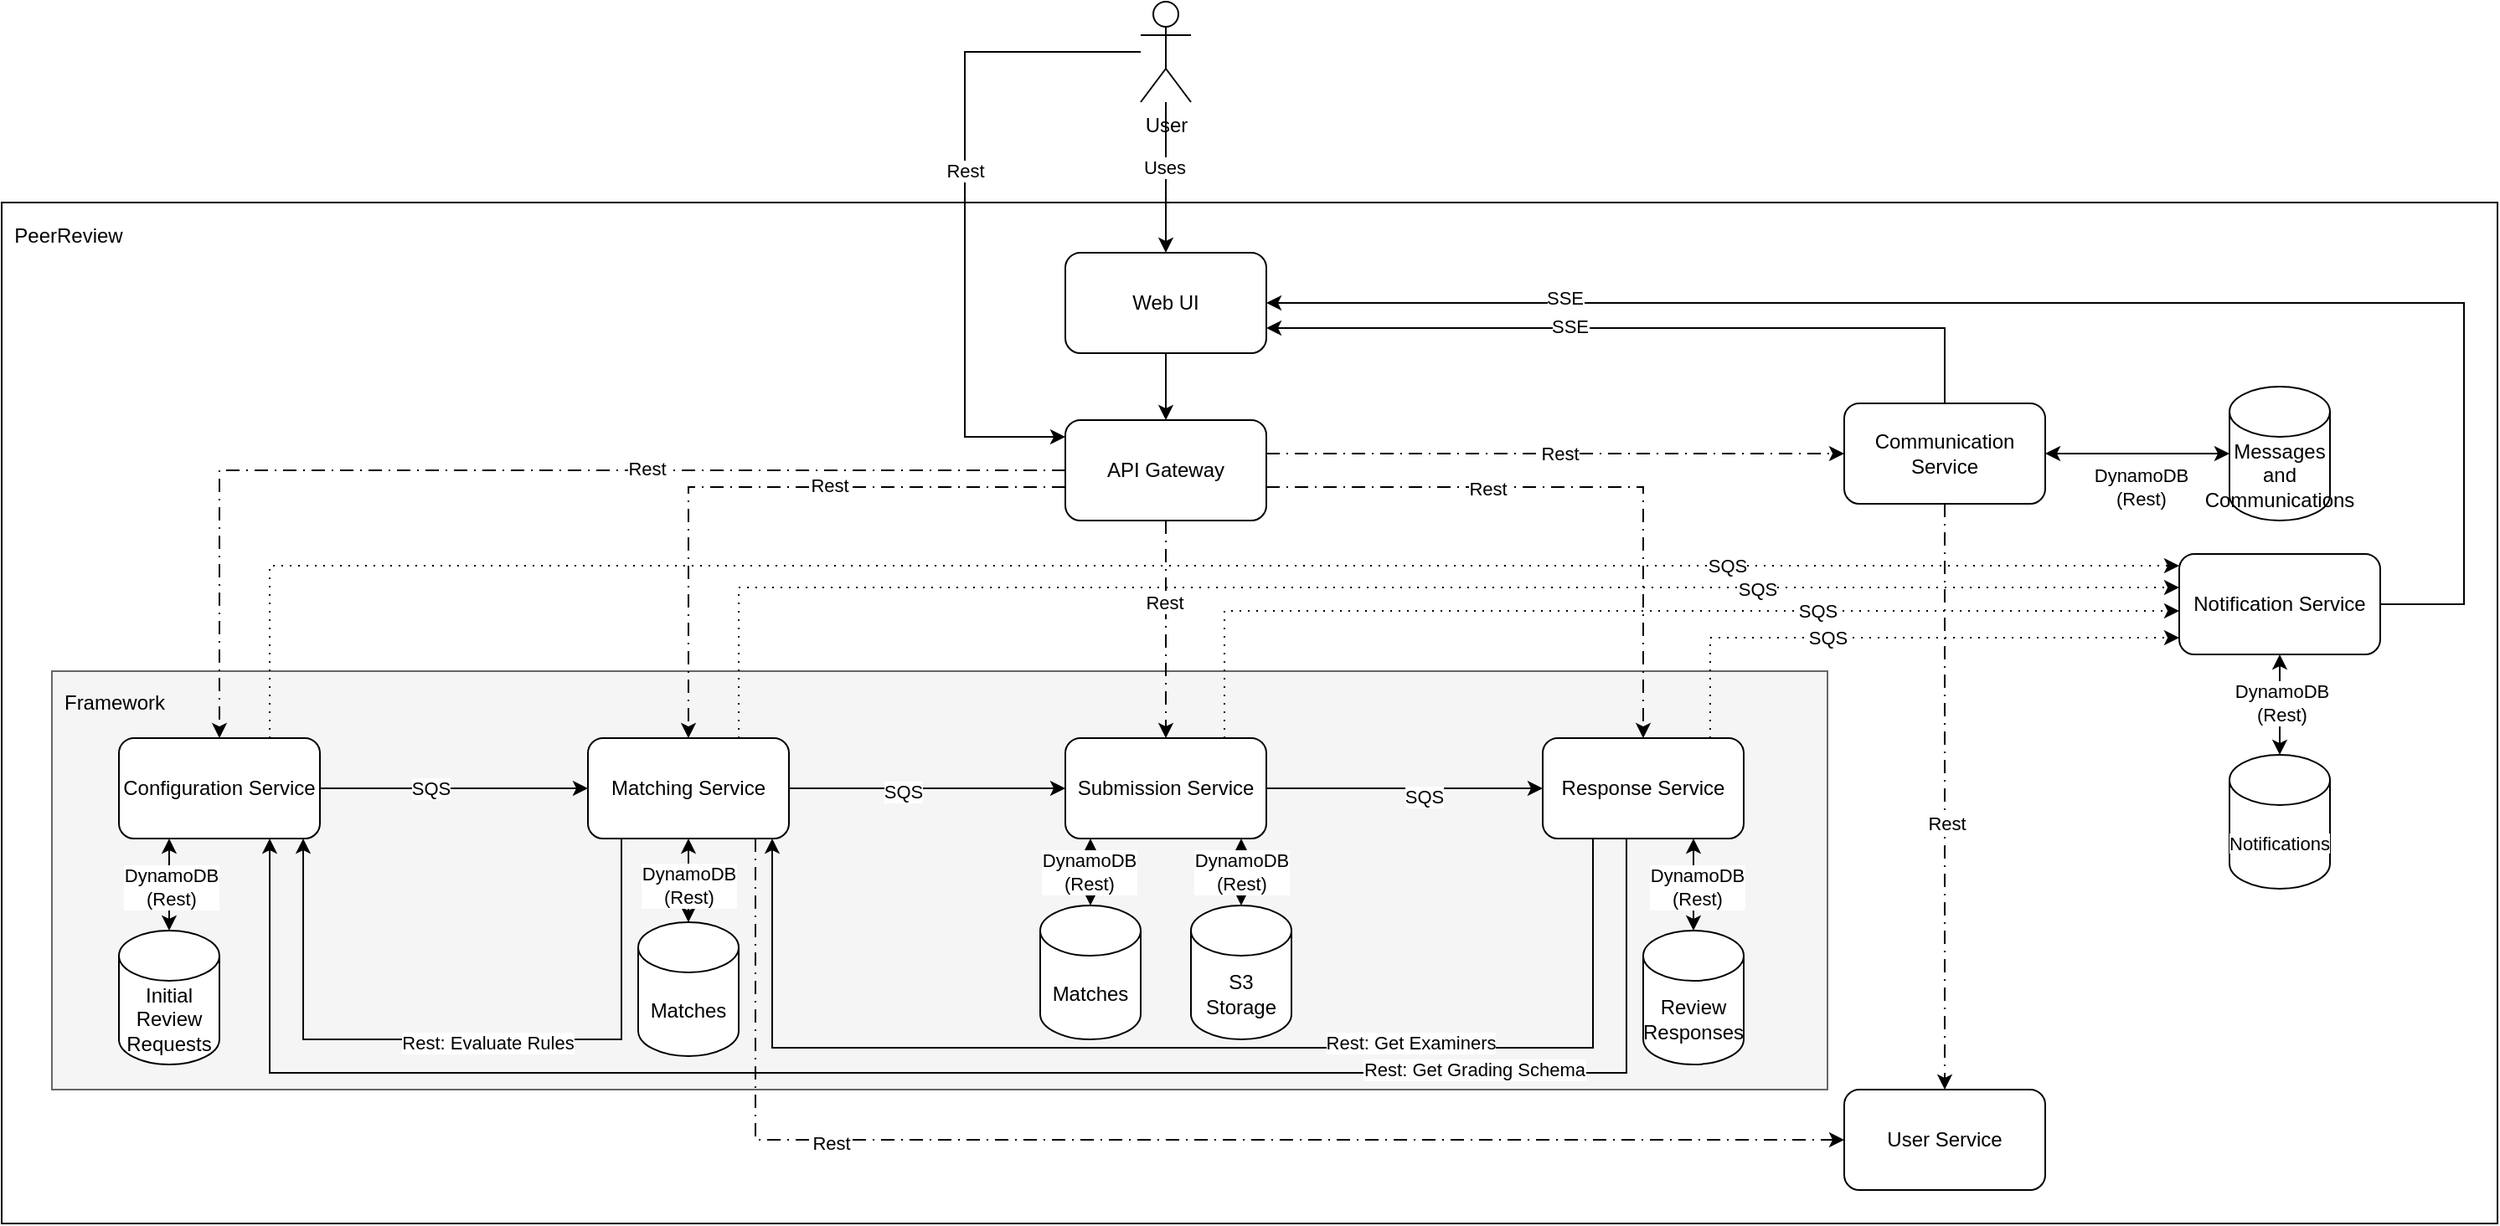
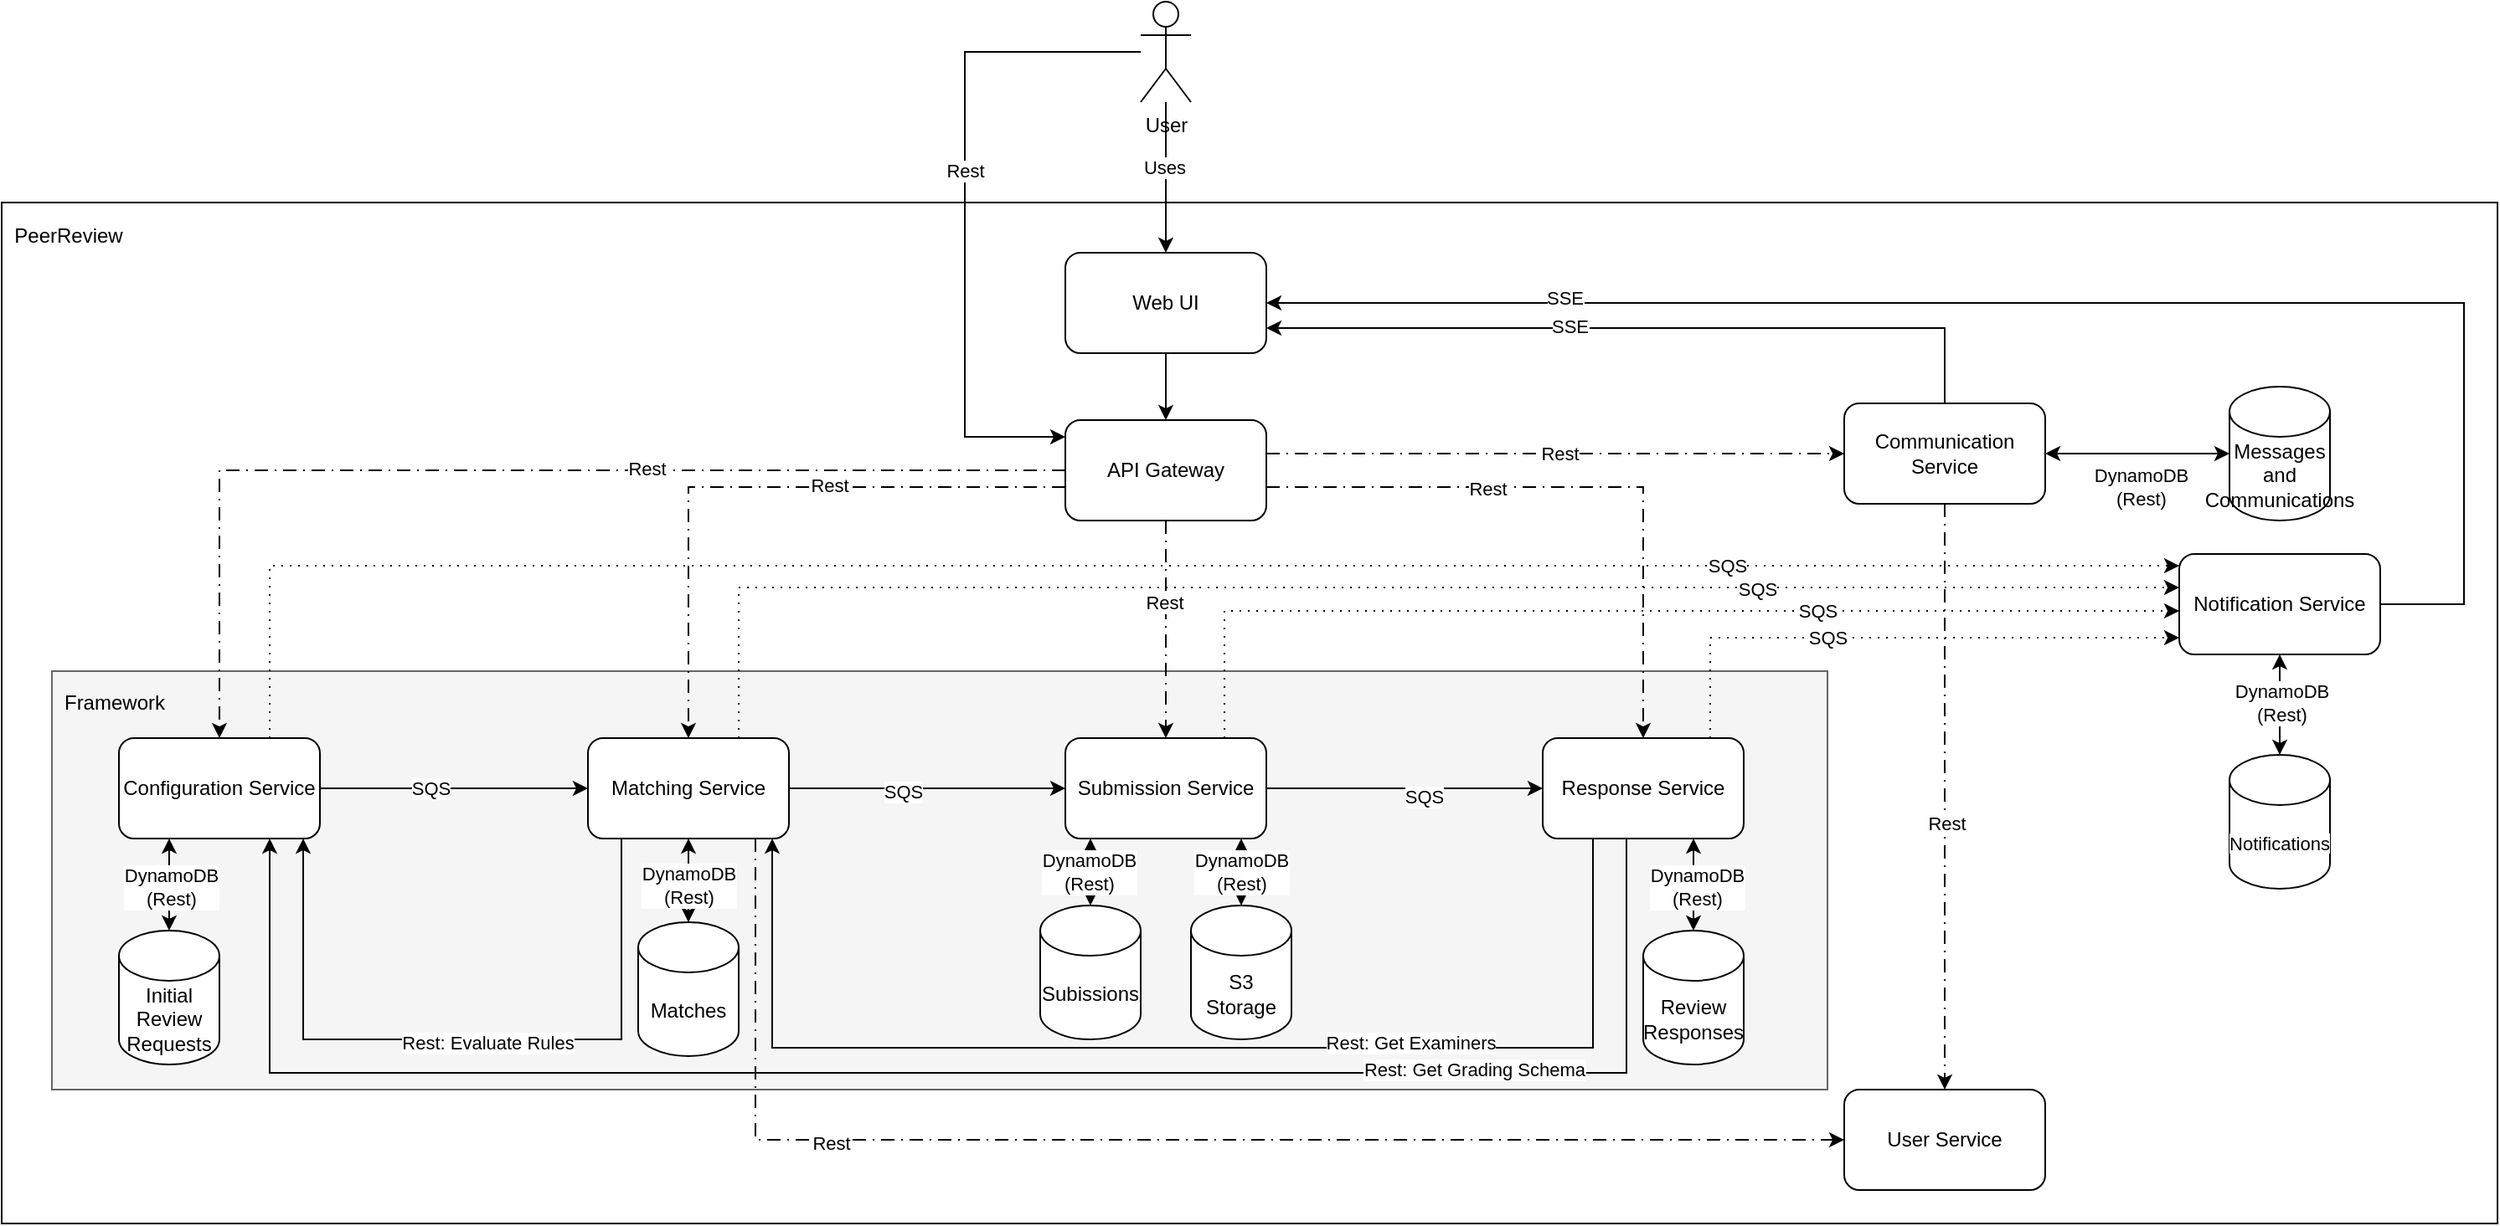
<mxfile host="Electron" agent="Mozilla/5.0 (X11; Linux x86_64) AppleWebKit/537.36 (KHTML, like Gecko) draw.io/28.2.5 Chrome/138.0.7204.251 Electron/37.6.1 Safari/537.36" pages="2">
  <diagram name="High Level" id="ID3RAyzOV6fLb8l5Ptma">
-     <mxGraphModel dx="1739" dy="1828" grid="1" gridSize="10" guides="1" tooltips="1" connect="1" arrows="1" fold="1" page="1" pageScale="1" pageWidth="827" pageHeight="1169" math="0" shadow="0">
+     <mxGraphModel dx="2168" dy="2138" grid="1" gridSize="10" guides="1" tooltips="1" connect="1" arrows="1" fold="1" page="1" pageScale="1" pageWidth="827" pageHeight="1169" math="0" shadow="0">
      <root>
        <mxCell id="0" />
        <mxCell id="1" parent="0" />
        <mxCell id="NVj9iPbqjQfBS6VMhpZ8-39" parent="1" style="rounded=0;whiteSpace=wrap;html=1;strokeColor=default;" value="" vertex="1">
          <mxGeometry height="610" width="1490" x="-40" y="110" as="geometry" />
        </mxCell>
        <mxCell id="slFzvp3YNuIOqwgEVRnD-15" parent="1" style="rounded=0;whiteSpace=wrap;html=1;fillColor=#f5f5f5;fontColor=#333333;strokeColor=#666666;" value="" vertex="1">
          <mxGeometry height="250" width="1060" x="-10" y="390" as="geometry" />
        </mxCell>
        <mxCell id="NVj9iPbqjQfBS6VMhpZ8-58" edge="1" parent="1" source="ausk1SaVNXoRTjEbY8qj-3" style="edgeStyle=orthogonalEdgeStyle;rounded=0;orthogonalLoop=1;jettySize=auto;html=1;dashed=1;dashPattern=8 4 1 4;" target="NVj9iPbqjQfBS6VMhpZ8-6">
          <mxGeometry relative="1" as="geometry">
            <Array as="points">
              <mxPoint x="990" y="260" />
              <mxPoint x="990" y="260" />
            </Array>
          </mxGeometry>
        </mxCell>
        <mxCell id="NVj9iPbqjQfBS6VMhpZ8-59" connectable="0" parent="NVj9iPbqjQfBS6VMhpZ8-58" style="edgeLabel;html=1;align=center;verticalAlign=middle;resizable=0;points=[];" value="Rest" vertex="1">
          <mxGeometry relative="1" x="0.0141" as="geometry">
            <mxPoint as="offset" />
          </mxGeometry>
        </mxCell>
        <mxCell id="ausk1SaVNXoRTjEbY8qj-4" edge="1" parent="1" source="NVj9iPbqjQfBS6VMhpZ8-1" style="edgeStyle=orthogonalEdgeStyle;rounded=0;orthogonalLoop=1;jettySize=auto;html=1;" target="ausk1SaVNXoRTjEbY8qj-3">
          <mxGeometry relative="1" as="geometry">
            <Array as="points">
              <mxPoint x="655" y="250" />
              <mxPoint x="655" y="250" />
            </Array>
          </mxGeometry>
        </mxCell>
        <mxCell id="NVj9iPbqjQfBS6VMhpZ8-1" parent="1" style="rounded=1;whiteSpace=wrap;html=1;" value="Web UI" vertex="1">
          <mxGeometry height="60" width="120" x="595" y="140" as="geometry" />
        </mxCell>
        <mxCell id="NVj9iPbqjQfBS6VMhpZ8-61" edge="1" parent="1" source="NVj9iPbqjQfBS6VMhpZ8-4" style="edgeStyle=orthogonalEdgeStyle;rounded=0;orthogonalLoop=1;jettySize=auto;html=1;dashed=1;dashPattern=1 4;" target="NVj9iPbqjQfBS6VMhpZ8-12">
          <mxGeometry relative="1" as="geometry">
            <Array as="points">
              <mxPoint x="690" y="354" />
            </Array>
          </mxGeometry>
        </mxCell>
        <mxCell id="NVj9iPbqjQfBS6VMhpZ8-62" connectable="0" parent="NVj9iPbqjQfBS6VMhpZ8-61" style="edgeLabel;html=1;align=center;verticalAlign=middle;resizable=0;points=[];" value="SQS" vertex="1">
          <mxGeometry relative="1" x="-0.1511" y="1" as="geometry">
            <mxPoint x="156" y="1" as="offset" />
          </mxGeometry>
        </mxCell>
        <mxCell id="Owhqu0WwL8E9OPZJocHN-1" edge="1" parent="1" source="NVj9iPbqjQfBS6VMhpZ8-4" style="edgeStyle=orthogonalEdgeStyle;rounded=0;orthogonalLoop=1;jettySize=auto;html=1;" target="NVj9iPbqjQfBS6VMhpZ8-13">
          <mxGeometry relative="1" as="geometry" />
        </mxCell>
        <mxCell id="Owhqu0WwL8E9OPZJocHN-2" connectable="0" parent="Owhqu0WwL8E9OPZJocHN-1" style="edgeLabel;html=1;align=center;verticalAlign=middle;resizable=0;points=[];" value="SQS" vertex="1">
          <mxGeometry relative="1" x="0.1487" y="-5" as="geometry">
            <mxPoint x="-1" as="offset" />
          </mxGeometry>
        </mxCell>
        <mxCell id="oAghlbfqgMI8xfLaUeke-15" edge="1" parent="1" source="NVj9iPbqjQfBS6VMhpZ8-4" style="edgeStyle=orthogonalEdgeStyle;rounded=0;orthogonalLoop=1;jettySize=auto;html=1;startArrow=classic;startFill=1;" target="oAghlbfqgMI8xfLaUeke-14">
          <mxGeometry relative="1" as="geometry">
            <Array as="points">
              <mxPoint x="610" y="500" />
              <mxPoint x="610" y="500" />
            </Array>
          </mxGeometry>
        </mxCell>
        <mxCell id="oAghlbfqgMI8xfLaUeke-29" connectable="0" parent="oAghlbfqgMI8xfLaUeke-15" style="edgeLabel;html=1;align=center;verticalAlign=middle;resizable=0;points=[];" value="DynamoDB&lt;br&gt;(Rest)" vertex="1">
          <mxGeometry relative="1" x="-0.0024" y="-1" as="geometry">
            <mxPoint as="offset" />
          </mxGeometry>
        </mxCell>
        <mxCell id="oAghlbfqgMI8xfLaUeke-18" edge="1" parent="1" source="NVj9iPbqjQfBS6VMhpZ8-4" style="edgeStyle=orthogonalEdgeStyle;rounded=0;orthogonalLoop=1;jettySize=auto;html=1;startArrow=classic;startFill=1;" target="oAghlbfqgMI8xfLaUeke-17">
          <mxGeometry relative="1" as="geometry">
            <Array as="points">
              <mxPoint x="700" y="510" />
              <mxPoint x="700" y="510" />
            </Array>
          </mxGeometry>
        </mxCell>
        <mxCell id="oAghlbfqgMI8xfLaUeke-30" connectable="0" parent="oAghlbfqgMI8xfLaUeke-18" style="edgeLabel;html=1;align=center;verticalAlign=middle;resizable=0;points=[];" value="DynamoDB&lt;br&gt;(Rest)" vertex="1">
          <mxGeometry relative="1" x="-0.0024" as="geometry">
            <mxPoint as="offset" />
          </mxGeometry>
        </mxCell>
        <mxCell id="NVj9iPbqjQfBS6VMhpZ8-4" parent="1" style="rounded=1;whiteSpace=wrap;html=1;" value="Submission Service" vertex="1">
          <mxGeometry height="60" width="120" x="595" y="430" as="geometry" />
        </mxCell>
        <mxCell id="NVj9iPbqjQfBS6VMhpZ8-27" edge="1" parent="1" source="NVj9iPbqjQfBS6VMhpZ8-6" style="edgeStyle=orthogonalEdgeStyle;rounded=0;orthogonalLoop=1;jettySize=auto;html=1;startArrow=classic;startFill=1;" target="NVj9iPbqjQfBS6VMhpZ8-26">
          <mxGeometry relative="1" as="geometry" />
        </mxCell>
        <mxCell id="NVj9iPbqjQfBS6VMhpZ8-34" connectable="0" parent="NVj9iPbqjQfBS6VMhpZ8-27" style="edgeLabel;html=1;align=center;verticalAlign=middle;resizable=0;points=[];" value="DynamoDB&lt;br&gt;(Rest)" vertex="1">
          <mxGeometry relative="1" x="-0.2444" y="-3" as="geometry">
            <mxPoint x="15" y="17" as="offset" />
          </mxGeometry>
        </mxCell>
        <mxCell id="cuKvIMZ_K0Dogn1DT0qO-4" edge="1" parent="1" source="NVj9iPbqjQfBS6VMhpZ8-6" style="edgeStyle=orthogonalEdgeStyle;rounded=0;orthogonalLoop=1;jettySize=auto;html=1;dashed=1;dashPattern=8 4 1 4;" target="cuKvIMZ_K0Dogn1DT0qO-1">
          <mxGeometry relative="1" as="geometry">
            <Array as="points">
              <mxPoint x="1120" y="690" />
            </Array>
          </mxGeometry>
        </mxCell>
        <mxCell id="oAghlbfqgMI8xfLaUeke-26" connectable="0" parent="cuKvIMZ_K0Dogn1DT0qO-4" style="edgeLabel;html=1;align=center;verticalAlign=middle;resizable=0;points=[];" value="Rest" vertex="1">
          <mxGeometry relative="1" x="0.0886" y="1" as="geometry">
            <mxPoint as="offset" />
          </mxGeometry>
        </mxCell>
        <mxCell id="oAghlbfqgMI8xfLaUeke-19" edge="1" parent="1" source="NVj9iPbqjQfBS6VMhpZ8-6" style="edgeStyle=orthogonalEdgeStyle;rounded=0;orthogonalLoop=1;jettySize=auto;html=1;entryX=1;entryY=0.75;entryDx=0;entryDy=0;" target="NVj9iPbqjQfBS6VMhpZ8-1">
          <mxGeometry relative="1" as="geometry">
            <Array as="points">
              <mxPoint x="1120" y="185" />
            </Array>
          </mxGeometry>
        </mxCell>
        <mxCell id="oAghlbfqgMI8xfLaUeke-20" connectable="0" parent="oAghlbfqgMI8xfLaUeke-19" style="edgeLabel;html=1;align=center;verticalAlign=middle;resizable=0;points=[];" value="SSE" vertex="1">
          <mxGeometry relative="1" x="0.1949" y="-1" as="geometry">
            <mxPoint as="offset" />
          </mxGeometry>
        </mxCell>
        <mxCell id="NVj9iPbqjQfBS6VMhpZ8-6" parent="1" style="rounded=1;whiteSpace=wrap;html=1;" value="Communication Service" vertex="1">
          <mxGeometry height="60" width="120" x="1060" y="230" as="geometry" />
        </mxCell>
        <mxCell id="NVj9iPbqjQfBS6VMhpZ8-43" edge="1" parent="1" source="NVj9iPbqjQfBS6VMhpZ8-12" style="edgeStyle=orthogonalEdgeStyle;rounded=0;orthogonalLoop=1;jettySize=auto;html=1;" target="NVj9iPbqjQfBS6VMhpZ8-1">
          <mxGeometry relative="1" as="geometry">
            <Array as="points">
              <mxPoint x="1430" y="350" />
              <mxPoint x="1430" y="170" />
            </Array>
          </mxGeometry>
        </mxCell>
        <mxCell id="oAghlbfqgMI8xfLaUeke-21" connectable="0" parent="NVj9iPbqjQfBS6VMhpZ8-43" style="edgeLabel;html=1;align=center;verticalAlign=middle;resizable=0;points=[];" value="SSE" vertex="1">
          <mxGeometry relative="1" x="0.6228" y="-3" as="geometry">
            <mxPoint as="offset" />
          </mxGeometry>
        </mxCell>
        <mxCell id="oAghlbfqgMI8xfLaUeke-23" edge="1" parent="1" source="NVj9iPbqjQfBS6VMhpZ8-12" style="edgeStyle=orthogonalEdgeStyle;rounded=0;orthogonalLoop=1;jettySize=auto;html=1;startArrow=classic;startFill=1;" target="oAghlbfqgMI8xfLaUeke-22">
          <mxGeometry relative="1" as="geometry" />
        </mxCell>
        <mxCell id="oAghlbfqgMI8xfLaUeke-25" connectable="0" parent="oAghlbfqgMI8xfLaUeke-23" style="edgeLabel;html=1;align=center;verticalAlign=middle;resizable=0;points=[];" value="DynamoDB&lt;br&gt;(Rest)" vertex="1">
          <mxGeometry relative="1" x="0.0584" as="geometry">
            <mxPoint x="1" y="-3" as="offset" />
          </mxGeometry>
        </mxCell>
        <mxCell id="NVj9iPbqjQfBS6VMhpZ8-12" parent="1" style="rounded=1;whiteSpace=wrap;html=1;" value="Notification Service" vertex="1">
          <mxGeometry height="60" width="120" x="1260" y="320" as="geometry" />
        </mxCell>
        <mxCell id="NVj9iPbqjQfBS6VMhpZ8-69" edge="1" parent="1" source="NVj9iPbqjQfBS6VMhpZ8-13" style="edgeStyle=orthogonalEdgeStyle;rounded=0;orthogonalLoop=1;jettySize=auto;html=1;dashed=1;dashPattern=1 4;" target="NVj9iPbqjQfBS6VMhpZ8-12">
          <mxGeometry relative="1" as="geometry">
            <Array as="points">
              <mxPoint x="980" y="370" />
            </Array>
          </mxGeometry>
        </mxCell>
        <mxCell id="NVj9iPbqjQfBS6VMhpZ8-70" connectable="0" parent="NVj9iPbqjQfBS6VMhpZ8-69" style="edgeLabel;html=1;align=center;verticalAlign=middle;resizable=0;points=[];" value="SQS" vertex="1">
          <mxGeometry relative="1" x="-0.2" y="-1" as="geometry">
            <mxPoint x="-6" y="-1" as="offset" />
          </mxGeometry>
        </mxCell>
        <mxCell id="Owhqu0WwL8E9OPZJocHN-3" edge="1" parent="1" source="NVj9iPbqjQfBS6VMhpZ8-13" style="edgeStyle=orthogonalEdgeStyle;rounded=0;orthogonalLoop=1;jettySize=auto;html=1;entryX=0.75;entryY=1;entryDx=0;entryDy=0;" target="slFzvp3YNuIOqwgEVRnD-1">
          <mxGeometry relative="1" as="geometry">
            <Array as="points">
              <mxPoint x="930" y="630" />
              <mxPoint x="120" y="630" />
            </Array>
          </mxGeometry>
        </mxCell>
        <mxCell id="Owhqu0WwL8E9OPZJocHN-4" connectable="0" parent="Owhqu0WwL8E9OPZJocHN-3" style="edgeLabel;html=1;align=center;verticalAlign=middle;resizable=0;points=[];" value="Rest: Get Grading Schema" vertex="1">
          <mxGeometry relative="1" x="-0.2274" as="geometry">
            <mxPoint x="190" y="-2" as="offset" />
          </mxGeometry>
        </mxCell>
        <mxCell id="Owhqu0WwL8E9OPZJocHN-5" edge="1" parent="1" source="NVj9iPbqjQfBS6VMhpZ8-13" style="edgeStyle=orthogonalEdgeStyle;rounded=0;orthogonalLoop=1;jettySize=auto;html=1;" target="slFzvp3YNuIOqwgEVRnD-6">
          <mxGeometry relative="1" as="geometry">
            <Array as="points">
              <mxPoint x="910" y="615" />
              <mxPoint x="420" y="615" />
            </Array>
          </mxGeometry>
        </mxCell>
        <mxCell id="Owhqu0WwL8E9OPZJocHN-6" connectable="0" parent="Owhqu0WwL8E9OPZJocHN-5" style="edgeLabel;html=1;align=center;verticalAlign=middle;resizable=0;points=[];" value="Rest: Get Examiners" vertex="1">
          <mxGeometry relative="1" x="-0.063" y="-3" as="geometry">
            <mxPoint x="112" as="offset" />
          </mxGeometry>
        </mxCell>
        <mxCell id="oAghlbfqgMI8xfLaUeke-27" edge="1" parent="1" source="NVj9iPbqjQfBS6VMhpZ8-13" style="edgeStyle=orthogonalEdgeStyle;rounded=0;orthogonalLoop=1;jettySize=auto;html=1;startArrow=classic;startFill=1;" target="oAghlbfqgMI8xfLaUeke-16">
          <mxGeometry relative="1" as="geometry">
            <Array as="points">
              <mxPoint x="970" y="510" />
              <mxPoint x="970" y="510" />
            </Array>
          </mxGeometry>
        </mxCell>
        <mxCell id="oAghlbfqgMI8xfLaUeke-28" connectable="0" parent="oAghlbfqgMI8xfLaUeke-27" style="edgeLabel;html=1;align=center;verticalAlign=middle;resizable=0;points=[];" value="DynamoDB&lt;br&gt;(Rest)" vertex="1">
          <mxGeometry relative="1" x="0.0303" y="2" as="geometry">
            <mxPoint as="offset" />
          </mxGeometry>
        </mxCell>
        <mxCell id="NVj9iPbqjQfBS6VMhpZ8-13" parent="1" style="rounded=1;whiteSpace=wrap;html=1;" value="Response Service" vertex="1">
          <mxGeometry height="60" width="120" x="880" y="430" as="geometry" />
        </mxCell>
        <mxCell id="NVj9iPbqjQfBS6VMhpZ8-26" parent="1" style="shape=cylinder3;whiteSpace=wrap;html=1;boundedLbl=1;backgroundOutline=1;size=15;" value="&lt;div&gt;Messages &lt;br&gt;and Communications&lt;/div&gt;" vertex="1">
          <mxGeometry height="80" width="60" x="1290" y="220" as="geometry" />
        </mxCell>
        <mxCell id="NVj9iPbqjQfBS6VMhpZ8-41" edge="1" parent="1" source="NVj9iPbqjQfBS6VMhpZ8-38" style="edgeStyle=orthogonalEdgeStyle;rounded=0;orthogonalLoop=1;jettySize=auto;html=1;entryX=0.5;entryY=0;entryDx=0;entryDy=0;" target="NVj9iPbqjQfBS6VMhpZ8-1">
          <mxGeometry relative="1" as="geometry" />
        </mxCell>
        <mxCell id="NVj9iPbqjQfBS6VMhpZ8-42" connectable="0" parent="NVj9iPbqjQfBS6VMhpZ8-41" style="edgeLabel;html=1;align=center;verticalAlign=middle;resizable=0;points=[];" value="Uses" vertex="1">
          <mxGeometry relative="1" x="-0.1348" y="-1" as="geometry">
            <mxPoint as="offset" />
          </mxGeometry>
        </mxCell>
        <mxCell id="FmUHRXMwn8OitpMJVP8s-4" edge="1" parent="1" source="NVj9iPbqjQfBS6VMhpZ8-38" style="edgeStyle=orthogonalEdgeStyle;rounded=0;orthogonalLoop=1;jettySize=auto;html=1;" target="ausk1SaVNXoRTjEbY8qj-3">
          <mxGeometry relative="1" as="geometry">
            <Array as="points">
              <mxPoint x="535" y="20" />
              <mxPoint x="535" y="250" />
            </Array>
          </mxGeometry>
        </mxCell>
        <mxCell id="FmUHRXMwn8OitpMJVP8s-5" connectable="0" parent="FmUHRXMwn8OitpMJVP8s-4" style="edgeLabel;html=1;align=center;verticalAlign=middle;resizable=0;points=[];" value="Rest" vertex="1">
          <mxGeometry relative="1" x="-0.1078" as="geometry">
            <mxPoint as="offset" />
          </mxGeometry>
        </mxCell>
        <mxCell id="NVj9iPbqjQfBS6VMhpZ8-38" parent="1" style="shape=umlActor;verticalLabelPosition=bottom;verticalAlign=top;html=1;outlineConnect=0;" value="User" vertex="1">
          <mxGeometry height="60" width="30" x="640" y="-10" as="geometry" />
        </mxCell>
        <mxCell id="NVj9iPbqjQfBS6VMhpZ8-45" parent="1" style="text;html=1;whiteSpace=wrap;strokeColor=none;fillColor=none;align=center;verticalAlign=middle;rounded=0;" value="PeerReview" vertex="1">
          <mxGeometry height="40" width="80" x="-40" y="110" as="geometry" />
        </mxCell>
        <mxCell id="ausk1SaVNXoRTjEbY8qj-5" edge="1" parent="1" source="ausk1SaVNXoRTjEbY8qj-3" style="edgeStyle=orthogonalEdgeStyle;rounded=0;orthogonalLoop=1;jettySize=auto;html=1;dashed=1;dashPattern=8 4 1 4;" target="NVj9iPbqjQfBS6VMhpZ8-4">
          <mxGeometry relative="1" as="geometry">
            <Array as="points">
              <mxPoint x="655" y="370" />
              <mxPoint x="655" y="370" />
            </Array>
          </mxGeometry>
        </mxCell>
        <mxCell id="FmUHRXMwn8OitpMJVP8s-1" connectable="0" parent="ausk1SaVNXoRTjEbY8qj-5" style="edgeLabel;html=1;align=center;verticalAlign=middle;resizable=0;points=[];" value="Rest" vertex="1">
          <mxGeometry relative="1" x="-0.2464" y="-1" as="geometry">
            <mxPoint as="offset" />
          </mxGeometry>
        </mxCell>
        <mxCell id="ausk1SaVNXoRTjEbY8qj-7" edge="1" parent="1" source="ausk1SaVNXoRTjEbY8qj-3" style="edgeStyle=orthogonalEdgeStyle;rounded=0;orthogonalLoop=1;jettySize=auto;html=1;dashed=1;dashPattern=8 4 1 4;" target="NVj9iPbqjQfBS6VMhpZ8-13">
          <mxGeometry relative="1" as="geometry">
            <Array as="points">
              <mxPoint x="940" y="280" />
            </Array>
          </mxGeometry>
        </mxCell>
        <mxCell id="FmUHRXMwn8OitpMJVP8s-3" connectable="0" parent="ausk1SaVNXoRTjEbY8qj-7" style="edgeLabel;html=1;align=center;verticalAlign=middle;resizable=0;points=[];" value="Rest" vertex="1">
          <mxGeometry relative="1" x="-0.2977" y="-1" as="geometry">
            <mxPoint as="offset" />
          </mxGeometry>
        </mxCell>
        <mxCell id="ausk1SaVNXoRTjEbY8qj-3" parent="1" style="rounded=1;whiteSpace=wrap;html=1;" value="API Gateway" vertex="1">
          <mxGeometry height="60" width="120" x="595" y="240" as="geometry" />
        </mxCell>
        <mxCell id="slFzvp3YNuIOqwgEVRnD-4" edge="1" parent="1" source="slFzvp3YNuIOqwgEVRnD-6" style="edgeStyle=orthogonalEdgeStyle;rounded=0;orthogonalLoop=1;jettySize=auto;html=1;" target="NVj9iPbqjQfBS6VMhpZ8-4">
          <mxGeometry relative="1" as="geometry" />
        </mxCell>
        <mxCell id="slFzvp3YNuIOqwgEVRnD-11" connectable="0" parent="slFzvp3YNuIOqwgEVRnD-4" style="edgeLabel;html=1;align=center;verticalAlign=middle;resizable=0;points=[];" value="SQS" vertex="1">
          <mxGeometry relative="1" x="-0.1836" y="-2" as="geometry">
            <mxPoint as="offset" />
          </mxGeometry>
        </mxCell>
        <mxCell id="oAghlbfqgMI8xfLaUeke-3" edge="1" parent="1" source="slFzvp3YNuIOqwgEVRnD-1" style="edgeStyle=orthogonalEdgeStyle;rounded=0;orthogonalLoop=1;jettySize=auto;html=1;startArrow=classic;startFill=1;" target="oAghlbfqgMI8xfLaUeke-2">
          <mxGeometry relative="1" as="geometry">
            <Array as="points">
              <mxPoint x="60" y="500" />
              <mxPoint x="60" y="500" />
            </Array>
          </mxGeometry>
        </mxCell>
        <mxCell id="oAghlbfqgMI8xfLaUeke-4" connectable="0" parent="oAghlbfqgMI8xfLaUeke-3" style="edgeLabel;html=1;align=center;verticalAlign=middle;resizable=0;points=[];" value="DynamoDB&lt;br&gt;(Rest)" vertex="1">
          <mxGeometry relative="1" x="0.042" y="1" as="geometry">
            <mxPoint as="offset" />
          </mxGeometry>
        </mxCell>
        <mxCell id="oAghlbfqgMI8xfLaUeke-7" edge="1" parent="1" source="slFzvp3YNuIOqwgEVRnD-1" style="edgeStyle=orthogonalEdgeStyle;rounded=0;orthogonalLoop=1;jettySize=auto;html=1;dashed=1;dashPattern=1 4;" target="NVj9iPbqjQfBS6VMhpZ8-12">
          <mxGeometry relative="1" as="geometry">
            <Array as="points">
              <mxPoint x="120" y="327" />
            </Array>
          </mxGeometry>
        </mxCell>
        <mxCell id="oAghlbfqgMI8xfLaUeke-8" connectable="0" parent="oAghlbfqgMI8xfLaUeke-7" style="edgeLabel;html=1;align=center;verticalAlign=middle;resizable=0;points=[];" value="SQS" vertex="1">
          <mxGeometry relative="1" x="0.5648" as="geometry">
            <mxPoint as="offset" />
          </mxGeometry>
        </mxCell>
        <mxCell id="slFzvp3YNuIOqwgEVRnD-1" parent="1" style="rounded=1;whiteSpace=wrap;html=1;" value="Configuration Service" vertex="1">
          <mxGeometry height="60" width="120" x="30" y="430" as="geometry" />
        </mxCell>
        <mxCell id="slFzvp3YNuIOqwgEVRnD-2" edge="1" parent="1" source="ausk1SaVNXoRTjEbY8qj-3" style="edgeStyle=orthogonalEdgeStyle;rounded=0;orthogonalLoop=1;jettySize=auto;html=1;dashed=1;dashPattern=8 4 1 4;" target="slFzvp3YNuIOqwgEVRnD-1">
          <mxGeometry relative="1" as="geometry">
            <Array as="points">
              <mxPoint x="90" y="270" />
            </Array>
            <mxPoint x="580" y="290" as="sourcePoint" />
            <mxPoint x="440" y="390" as="targetPoint" />
          </mxGeometry>
        </mxCell>
        <mxCell id="slFzvp3YNuIOqwgEVRnD-3" connectable="0" parent="slFzvp3YNuIOqwgEVRnD-2" style="edgeLabel;html=1;align=center;verticalAlign=middle;resizable=0;points=[];" value="Rest" vertex="1">
          <mxGeometry relative="1" x="-0.2464" y="-1" as="geometry">
            <mxPoint as="offset" />
          </mxGeometry>
        </mxCell>
        <mxCell id="slFzvp3YNuIOqwgEVRnD-7" edge="1" parent="1" source="slFzvp3YNuIOqwgEVRnD-1" style="edgeStyle=orthogonalEdgeStyle;rounded=0;orthogonalLoop=1;jettySize=auto;html=1;" target="slFzvp3YNuIOqwgEVRnD-6" value="">
          <mxGeometry relative="1" as="geometry">
            <mxPoint x="150" y="460" as="sourcePoint" />
            <mxPoint x="340" y="460" as="targetPoint" />
          </mxGeometry>
        </mxCell>
        <mxCell id="slFzvp3YNuIOqwgEVRnD-8" connectable="0" parent="slFzvp3YNuIOqwgEVRnD-7" style="edgeLabel;html=1;align=center;verticalAlign=middle;resizable=0;points=[];" value="SQS" vertex="1">
          <mxGeometry relative="1" x="-0.183" as="geometry">
            <mxPoint as="offset" />
          </mxGeometry>
        </mxCell>
        <mxCell id="cuKvIMZ_K0Dogn1DT0qO-2" edge="1" parent="1" source="slFzvp3YNuIOqwgEVRnD-6" style="edgeStyle=orthogonalEdgeStyle;rounded=0;orthogonalLoop=1;jettySize=auto;html=1;dashed=1;dashPattern=8 4 1 4;" target="cuKvIMZ_K0Dogn1DT0qO-1">
          <mxGeometry relative="1" as="geometry">
            <Array as="points">
              <mxPoint x="410" y="670" />
            </Array>
          </mxGeometry>
        </mxCell>
        <mxCell id="oAghlbfqgMI8xfLaUeke-1" connectable="0" parent="cuKvIMZ_K0Dogn1DT0qO-2" style="edgeLabel;html=1;align=center;verticalAlign=middle;resizable=0;points=[];" value="Rest" vertex="1">
          <mxGeometry relative="1" x="-0.4577" y="-2" as="geometry">
            <mxPoint as="offset" />
          </mxGeometry>
        </mxCell>
        <mxCell id="Owhqu0WwL8E9OPZJocHN-7" edge="1" parent="1" source="slFzvp3YNuIOqwgEVRnD-6" style="edgeStyle=orthogonalEdgeStyle;rounded=0;orthogonalLoop=1;jettySize=auto;html=1;" target="slFzvp3YNuIOqwgEVRnD-1">
          <mxGeometry relative="1" as="geometry">
            <Array as="points">
              <mxPoint x="330" y="610" />
              <mxPoint x="140" y="610" />
            </Array>
          </mxGeometry>
        </mxCell>
        <mxCell id="Owhqu0WwL8E9OPZJocHN-8" connectable="0" parent="Owhqu0WwL8E9OPZJocHN-7" style="edgeLabel;html=1;align=center;verticalAlign=middle;resizable=0;points=[];" value="Rest: Evaluate Rules" vertex="1">
          <mxGeometry relative="1" x="-0.3399" y="2" as="geometry">
            <mxPoint x="-58" as="offset" />
          </mxGeometry>
        </mxCell>
        <mxCell id="oAghlbfqgMI8xfLaUeke-5" edge="1" parent="1" source="slFzvp3YNuIOqwgEVRnD-6" style="edgeStyle=orthogonalEdgeStyle;rounded=0;orthogonalLoop=1;jettySize=auto;html=1;dashed=1;dashPattern=1 4;" target="NVj9iPbqjQfBS6VMhpZ8-12">
          <mxGeometry relative="1" as="geometry">
            <Array as="points">
              <mxPoint x="400" y="340" />
            </Array>
          </mxGeometry>
        </mxCell>
        <mxCell id="oAghlbfqgMI8xfLaUeke-6" connectable="0" parent="oAghlbfqgMI8xfLaUeke-5" style="edgeLabel;html=1;align=center;verticalAlign=middle;resizable=0;points=[];" value="SQS" vertex="1">
          <mxGeometry relative="1" x="0.5459" y="-1" as="geometry">
            <mxPoint x="-37" as="offset" />
          </mxGeometry>
        </mxCell>
        <mxCell id="oAghlbfqgMI8xfLaUeke-12" edge="1" parent="1" source="slFzvp3YNuIOqwgEVRnD-6" style="edgeStyle=orthogonalEdgeStyle;rounded=0;orthogonalLoop=1;jettySize=auto;html=1;startArrow=classic;startFill=1;" target="oAghlbfqgMI8xfLaUeke-11">
          <mxGeometry relative="1" as="geometry" />
        </mxCell>
        <mxCell id="oAghlbfqgMI8xfLaUeke-13" connectable="0" parent="oAghlbfqgMI8xfLaUeke-12" style="edgeLabel;html=1;align=center;verticalAlign=middle;resizable=0;points=[];" value="DynamoDB&lt;br&gt;(Rest)" vertex="1">
          <mxGeometry relative="1" x="0.0933" as="geometry">
            <mxPoint as="offset" />
          </mxGeometry>
        </mxCell>
        <mxCell id="slFzvp3YNuIOqwgEVRnD-6" parent="1" style="rounded=1;whiteSpace=wrap;html=1;" value="Matching Service" vertex="1">
          <mxGeometry height="60" width="120" x="310" y="430" as="geometry" />
        </mxCell>
        <mxCell id="slFzvp3YNuIOqwgEVRnD-9" edge="1" parent="1" source="ausk1SaVNXoRTjEbY8qj-3" style="edgeStyle=orthogonalEdgeStyle;rounded=0;orthogonalLoop=1;jettySize=auto;html=1;dashed=1;dashPattern=8 4 1 4;" target="slFzvp3YNuIOqwgEVRnD-6">
          <mxGeometry relative="1" as="geometry">
            <Array as="points">
              <mxPoint x="370" y="280" />
            </Array>
            <mxPoint x="340" y="280" as="sourcePoint" />
            <mxPoint x="300" y="420" as="targetPoint" />
          </mxGeometry>
        </mxCell>
        <mxCell id="slFzvp3YNuIOqwgEVRnD-10" connectable="0" parent="slFzvp3YNuIOqwgEVRnD-9" style="edgeLabel;html=1;align=center;verticalAlign=middle;resizable=0;points=[];" value="Rest" vertex="1">
          <mxGeometry relative="1" x="-0.2464" y="-1" as="geometry">
            <mxPoint as="offset" />
          </mxGeometry>
        </mxCell>
        <mxCell id="slFzvp3YNuIOqwgEVRnD-16" parent="1" style="text;html=1;whiteSpace=wrap;strokeColor=none;fillColor=none;align=center;verticalAlign=middle;rounded=0;" value="Framework" vertex="1">
          <mxGeometry height="30" width="65" x="-5" y="394" as="geometry" />
        </mxCell>
        <mxCell id="cuKvIMZ_K0Dogn1DT0qO-1" parent="1" style="rounded=1;whiteSpace=wrap;html=1;" value="User Service" vertex="1">
          <mxGeometry height="60" width="120" x="1060" y="640" as="geometry" />
        </mxCell>
        <mxCell id="oAghlbfqgMI8xfLaUeke-2" parent="1" style="shape=cylinder3;whiteSpace=wrap;html=1;boundedLbl=1;backgroundOutline=1;size=15;" value="Initial Review Requests" vertex="1">
          <mxGeometry height="80" width="60" x="30" y="545" as="geometry" />
        </mxCell>
        <mxCell id="oAghlbfqgMI8xfLaUeke-11" parent="1" style="shape=cylinder3;whiteSpace=wrap;html=1;boundedLbl=1;backgroundOutline=1;size=15;" value="Matches" vertex="1">
          <mxGeometry height="80" width="60" x="340" y="540" as="geometry" />
        </mxCell>
-         <mxCell id="oAghlbfqgMI8xfLaUeke-14" parent="1" style="shape=cylinder3;whiteSpace=wrap;html=1;boundedLbl=1;backgroundOutline=1;size=15;" value="Matches" vertex="1">
+         <mxCell id="oAghlbfqgMI8xfLaUeke-14" parent="1" style="shape=cylinder3;whiteSpace=wrap;html=1;boundedLbl=1;backgroundOutline=1;size=15;" value="Subissions" vertex="1">
          <mxGeometry height="80" width="60" x="580" y="530" as="geometry" />
        </mxCell>
        <mxCell id="oAghlbfqgMI8xfLaUeke-16" parent="1" style="shape=cylinder3;whiteSpace=wrap;html=1;boundedLbl=1;backgroundOutline=1;size=15;" value="Review&lt;br&gt;Responses" vertex="1">
          <mxGeometry height="80" width="60" x="940" y="545" as="geometry" />
        </mxCell>
        <mxCell id="oAghlbfqgMI8xfLaUeke-17" parent="1" style="shape=cylinder3;whiteSpace=wrap;html=1;boundedLbl=1;backgroundOutline=1;size=15;" value="S3 Storage" vertex="1">
          <mxGeometry height="80" width="60" x="670" y="530" as="geometry" />
        </mxCell>
        <mxCell id="oAghlbfqgMI8xfLaUeke-22" parent="1" style="shape=cylinder3;whiteSpace=wrap;html=1;boundedLbl=1;backgroundOutline=1;size=15;" value="&lt;span style=&quot;font-size: 11px; white-space: nowrap; background-color: rgb(255, 255, 255);&quot;&gt;Notifications&lt;/span&gt;" vertex="1">
          <mxGeometry height="80" width="60" x="1290" y="440" as="geometry" />
        </mxCell>
      </root>
    </mxGraphModel>
  </diagram>
  <diagram id="5QttxB4BTeYqXKBh0CZs" name="AWS">
    <mxGraphModel dx="1425" dy="2199" grid="1" gridSize="10" guides="1" tooltips="1" connect="1" arrows="1" fold="1" page="1" pageScale="1" pageWidth="827" pageHeight="1169" math="0" shadow="0">
      <root>
        <mxCell id="0" />
        <mxCell id="1" parent="0" />
        <mxCell id="StVWuoEk6P6bkURyirUW-1" parent="1" style="points=[[0,0],[0.25,0],[0.5,0],[0.75,0],[1,0],[1,0.25],[1,0.5],[1,0.75],[1,1],[0.75,1],[0.5,1],[0.25,1],[0,1],[0,0.75],[0,0.5],[0,0.25]];outlineConnect=0;gradientColor=none;html=1;whiteSpace=wrap;fontSize=12;fontStyle=0;container=1;pointerEvents=0;collapsible=0;recursiveResize=0;shape=mxgraph.aws4.group;grIcon=mxgraph.aws4.group_account;strokeColor=#CD2264;fillColor=none;verticalAlign=top;align=left;spacingLeft=30;fontColor=#CD2264;dashed=0;" value="AWS Account" vertex="1">
          <mxGeometry height="870" width="950" x="10" y="-210" as="geometry" />
        </mxCell>
        <mxCell id="StVWuoEk6P6bkURyirUW-2" parent="StVWuoEk6P6bkURyirUW-1" style="points=[[0,0],[0.25,0],[0.5,0],[0.75,0],[1,0],[1,0.25],[1,0.5],[1,0.75],[1,1],[0.75,1],[0.5,1],[0.25,1],[0,1],[0,0.75],[0,0.5],[0,0.25]];outlineConnect=0;gradientColor=none;html=1;whiteSpace=wrap;fontSize=12;fontStyle=0;container=1;pointerEvents=0;collapsible=0;recursiveResize=0;shape=mxgraph.aws4.group;grIcon=mxgraph.aws4.group_vpc2;strokeColor=#8C4FFF;fillColor=none;verticalAlign=top;align=left;spacingLeft=30;fontColor=#AAB7B8;dashed=0;" value="VPC" vertex="1">
          <mxGeometry height="410" width="910" x="20" y="290" as="geometry" />
        </mxCell>
        <mxCell id="StVWuoEk6P6bkURyirUW-3" parent="StVWuoEk6P6bkURyirUW-2" style="sketch=0;outlineConnect=0;gradientColor=none;html=1;whiteSpace=wrap;fontSize=12;fontStyle=0;shape=mxgraph.aws4.group;grIcon=mxgraph.aws4.group_subnet;strokeColor=#879196;fillColor=none;verticalAlign=top;align=left;spacingLeft=30;fontColor=#879196;dashed=0;" value="Private IPV6" vertex="1">
          <mxGeometry height="350" width="405" x="495" y="50" as="geometry" />
        </mxCell>
        <mxCell id="StVWuoEk6P6bkURyirUW-4" parent="StVWuoEk6P6bkURyirUW-2" style="sketch=0;outlineConnect=0;gradientColor=none;html=1;whiteSpace=wrap;fontSize=12;fontStyle=0;shape=mxgraph.aws4.group;grIcon=mxgraph.aws4.group_subnet;strokeColor=#879196;fillColor=none;verticalAlign=top;align=left;spacingLeft=30;fontColor=#879196;dashed=0;" value="Public IPv4" vertex="1">
          <mxGeometry height="130" width="130" x="35.32" y="50" as="geometry" />
        </mxCell>
        <mxCell id="StVWuoEk6P6bkURyirUW-5" parent="StVWuoEk6P6bkURyirUW-2" style="rounded=0;whiteSpace=wrap;html=1;fillColor=#f8cecc;strokeColor=#b85450;rotation=-30;" value="&lt;b&gt;&lt;font style=&quot;font-size: 15px;&quot;&gt;NOT IN USE&lt;/font&gt;&lt;/b&gt;" vertex="1">
          <mxGeometry height="20" width="160.64" x="20.000000000000007" y="105" as="geometry" />
        </mxCell>
        <mxCell id="StVWuoEk6P6bkURyirUW-6" parent="StVWuoEk6P6bkURyirUW-2" style="sketch=0;outlineConnect=0;gradientColor=none;html=1;whiteSpace=wrap;fontSize=12;fontStyle=0;shape=mxgraph.aws4.group;grIcon=mxgraph.aws4.group_subnet;strokeColor=#879196;fillColor=none;verticalAlign=top;align=left;spacingLeft=30;fontColor=#879196;dashed=0;" value="Private DualStack" vertex="1">
          <mxGeometry height="330" width="240" x="195" y="50" as="geometry" />
        </mxCell>
        <mxCell id="StVWuoEk6P6bkURyirUW-60" edge="1" parent="StVWuoEk6P6bkURyirUW-2" source="StVWuoEk6P6bkURyirUW-7" style="edgeStyle=orthogonalEdgeStyle;rounded=0;orthogonalLoop=1;jettySize=auto;html=1;" target="StVWuoEk6P6bkURyirUW-54">
          <mxGeometry relative="1" as="geometry">
            <Array as="points">
              <mxPoint x="465" y="200" />
              <mxPoint x="465" y="300" />
            </Array>
          </mxGeometry>
        </mxCell>
        <mxCell id="StVWuoEk6P6bkURyirUW-61" connectable="0" parent="StVWuoEk6P6bkURyirUW-60" style="edgeLabel;html=1;align=center;verticalAlign=middle;resizable=0;points=[];" value="Proxy Request" vertex="1">
          <mxGeometry relative="1" x="-0.4836" y="-1" as="geometry">
            <mxPoint as="offset" />
          </mxGeometry>
        </mxCell>
        <mxCell id="StVWuoEk6P6bkURyirUW-62" edge="1" parent="StVWuoEk6P6bkURyirUW-2" source="StVWuoEk6P6bkURyirUW-7" style="edgeStyle=orthogonalEdgeStyle;rounded=0;orthogonalLoop=1;jettySize=auto;html=1;" target="StVWuoEk6P6bkURyirUW-19">
          <mxGeometry relative="1" as="geometry">
            <Array as="points">
              <mxPoint x="465" y="170" />
              <mxPoint x="465" y="135" />
            </Array>
          </mxGeometry>
        </mxCell>
        <mxCell id="StVWuoEk6P6bkURyirUW-63" connectable="0" parent="StVWuoEk6P6bkURyirUW-62" style="edgeLabel;html=1;align=center;verticalAlign=middle;resizable=0;points=[];" value="DNS" vertex="1">
          <mxGeometry relative="1" x="-0.2695" y="3" as="geometry">
            <mxPoint as="offset" />
          </mxGeometry>
        </mxCell>
        <mxCell id="StVWuoEk6P6bkURyirUW-7" parent="StVWuoEk6P6bkURyirUW-2" style="sketch=0;points=[[0,0,0],[0.25,0,0],[0.5,0,0],[0.75,0,0],[1,0,0],[0,1,0],[0.25,1,0],[0.5,1,0],[0.75,1,0],[1,1,0],[0,0.25,0],[0,0.5,0],[0,0.75,0],[1,0.25,0],[1,0.5,0],[1,0.75,0]];outlineConnect=0;fontColor=#232F3E;fillColor=#ED7100;strokeColor=#ffffff;dashed=0;verticalLabelPosition=bottom;verticalAlign=top;align=center;html=1;fontSize=12;fontStyle=0;aspect=fixed;shape=mxgraph.aws4.resourceIcon;resIcon=mxgraph.aws4.lambda;" value="Lambda ECS Proxy" vertex="1">
          <mxGeometry height="60" width="60" x="285" y="160" as="geometry" />
        </mxCell>
        <mxCell id="_opSp_jGJUgrO-m5j93l-4" edge="1" parent="StVWuoEk6P6bkURyirUW-2" source="StVWuoEk6P6bkURyirUW-54" style="edgeStyle=orthogonalEdgeStyle;rounded=0;orthogonalLoop=1;jettySize=auto;html=1;" target="_opSp_jGJUgrO-m5j93l-2">
          <mxGeometry relative="1" as="geometry">
            <Array as="points">
              <mxPoint x="480" y="320" />
              <mxPoint x="480" y="320" />
            </Array>
          </mxGeometry>
        </mxCell>
        <mxCell id="_opSp_jGJUgrO-m5j93l-5" connectable="0" parent="_opSp_jGJUgrO-m5j93l-4" style="edgeLabel;html=1;align=center;verticalAlign=middle;resizable=0;points=[];" value="Proxy &lt;br&gt;Bedrock Request" vertex="1">
          <mxGeometry relative="1" x="-0.1566" y="-1" as="geometry">
            <mxPoint as="offset" />
          </mxGeometry>
        </mxCell>
        <mxCell id="StVWuoEk6P6bkURyirUW-54" parent="StVWuoEk6P6bkURyirUW-2" style="rounded=0;whiteSpace=wrap;html=1;fillColor=#f5f5f5;fontColor=#333333;strokeColor=#666666;" value="" vertex="1">
          <mxGeometry height="110" width="362.5" x="527.5" y="280" as="geometry" />
        </mxCell>
        <mxCell id="StVWuoEk6P6bkURyirUW-21" parent="StVWuoEk6P6bkURyirUW-2" style="sketch=0;points=[[0,0,0],[0.25,0,0],[0.5,0,0],[0.75,0,0],[1,0,0],[0,1,0],[0.25,1,0],[0.5,1,0],[0.75,1,0],[1,1,0],[0,0.25,0],[0,0.5,0],[0,0.75,0],[1,0.25,0],[1,0.5,0],[1,0.75,0]];outlineConnect=0;fontColor=#232F3E;fillColor=#ED7100;strokeColor=#ffffff;dashed=0;verticalLabelPosition=bottom;verticalAlign=top;align=center;html=1;fontSize=12;fontStyle=0;aspect=fixed;shape=mxgraph.aws4.resourceIcon;resIcon=mxgraph.aws4.ecs;" value="" vertex="1">
          <mxGeometry height="60" width="60" x="545" y="290" as="geometry" />
        </mxCell>
        <mxCell id="StVWuoEk6P6bkURyirUW-19" parent="StVWuoEk6P6bkURyirUW-2" style="sketch=0;points=[[0,0,0],[0.25,0,0],[0.5,0,0],[0.75,0,0],[1,0,0],[0,1,0],[0.25,1,0],[0.5,1,0],[0.75,1,0],[1,1,0],[0,0.25,0],[0,0.5,0],[0,0.75,0],[1,0.25,0],[1,0.5,0],[1,0.75,0]];outlineConnect=0;fontColor=#232F3E;fillColor=#8C4FFF;strokeColor=#ffffff;dashed=0;verticalLabelPosition=bottom;verticalAlign=top;align=center;html=1;fontSize=12;fontStyle=0;aspect=fixed;shape=mxgraph.aws4.resourceIcon;resIcon=mxgraph.aws4.cloud_map;" value="Cloud Map" vertex="1">
          <mxGeometry height="60" width="60" x="687.5" y="105" as="geometry" />
        </mxCell>
        <mxCell id="StVWuoEk6P6bkURyirUW-47" edge="1" parent="StVWuoEk6P6bkURyirUW-2" source="StVWuoEk6P6bkURyirUW-44" style="edgeStyle=orthogonalEdgeStyle;rounded=0;orthogonalLoop=1;jettySize=auto;html=1;" target="StVWuoEk6P6bkURyirUW-19">
          <mxGeometry relative="1" as="geometry" />
        </mxCell>
        <mxCell id="StVWuoEk6P6bkURyirUW-44" parent="StVWuoEk6P6bkURyirUW-2" style="sketch=0;points=[[0,0,0],[0.25,0,0],[0.5,0,0],[0.75,0,0],[1,0,0],[0,1,0],[0.25,1,0],[0.5,1,0],[0.75,1,0],[1,1,0],[0,0.25,0],[0,0.5,0],[0,0.75,0],[1,0.25,0],[1,0.5,0],[1,0.75,0]];outlineConnect=0;fontColor=#232F3E;fillColor=#ED7100;strokeColor=#ffffff;dashed=0;verticalLabelPosition=bottom;verticalAlign=top;align=center;html=1;fontSize=12;fontStyle=0;aspect=fixed;shape=mxgraph.aws4.resourceIcon;resIcon=mxgraph.aws4.ecs;" value="" vertex="1">
          <mxGeometry height="60" width="60" x="687.5" y="290" as="geometry" />
        </mxCell>
        <mxCell id="EmhcJW3lcSZd0dFbVGC8-7" edge="1" parent="StVWuoEk6P6bkURyirUW-2" source="StVWuoEk6P6bkURyirUW-45" style="edgeStyle=orthogonalEdgeStyle;rounded=0;orthogonalLoop=1;jettySize=auto;html=1;" target="StVWuoEk6P6bkURyirUW-19">
          <mxGeometry relative="1" as="geometry">
            <Array as="points">
              <mxPoint x="850" y="240" />
              <mxPoint x="718" y="240" />
            </Array>
          </mxGeometry>
        </mxCell>
        <mxCell id="StVWuoEk6P6bkURyirUW-45" parent="StVWuoEk6P6bkURyirUW-2" style="sketch=0;points=[[0,0,0],[0.25,0,0],[0.5,0,0],[0.75,0,0],[1,0,0],[0,1,0],[0.25,1,0],[0.5,1,0],[0.75,1,0],[1,1,0],[0,0.25,0],[0,0.5,0],[0,0.75,0],[1,0.25,0],[1,0.5,0],[1,0.75,0]];outlineConnect=0;fontColor=#232F3E;fillColor=#ED7100;strokeColor=#ffffff;dashed=0;verticalLabelPosition=bottom;verticalAlign=top;align=center;html=1;fontSize=12;fontStyle=0;aspect=fixed;shape=mxgraph.aws4.resourceIcon;resIcon=mxgraph.aws4.ecs;" value="" vertex="1">
          <mxGeometry height="60" width="60" x="820" y="290" as="geometry" />
        </mxCell>
        <mxCell id="StVWuoEk6P6bkURyirUW-46" edge="1" parent="StVWuoEk6P6bkURyirUW-2" source="StVWuoEk6P6bkURyirUW-21" style="edgeStyle=orthogonalEdgeStyle;rounded=0;orthogonalLoop=1;jettySize=auto;html=1;" target="StVWuoEk6P6bkURyirUW-19">
          <mxGeometry relative="1" as="geometry">
            <Array as="points">
              <mxPoint x="575" y="240" />
              <mxPoint x="718" y="240" />
            </Array>
          </mxGeometry>
        </mxCell>
        <mxCell id="EmhcJW3lcSZd0dFbVGC8-8" connectable="0" parent="StVWuoEk6P6bkURyirUW-46" style="edgeLabel;html=1;align=center;verticalAlign=middle;resizable=0;points=[];" value="Register DNS" vertex="1">
          <mxGeometry relative="1" x="0.5833" y="1" as="geometry">
            <mxPoint as="offset" />
          </mxGeometry>
        </mxCell>
        <mxCell id="StVWuoEk6P6bkURyirUW-55" parent="StVWuoEk6P6bkURyirUW-2" style="text;html=1;whiteSpace=wrap;strokeColor=none;fillColor=none;align=center;verticalAlign=middle;rounded=0;" value="Microservices&lt;br&gt;in Autoscaler Groups" vertex="1">
          <mxGeometry height="30" width="345" x="545" y="360" as="geometry" />
        </mxCell>
        <mxCell id="EmhcJW3lcSZd0dFbVGC8-9" parent="StVWuoEk6P6bkURyirUW-2" style="sketch=0;points=[[0,0,0],[0.25,0,0],[0.5,0,0],[0.75,0,0],[1,0,0],[0,1,0],[0.25,1,0],[0.5,1,0],[0.75,1,0],[1,1,0],[0,0.25,0],[0,0.5,0],[0,0.75,0],[1,0.25,0],[1,0.5,0],[1,0.75,0]];outlineConnect=0;fontColor=#232F3E;fillColor=#E7157B;strokeColor=#ffffff;dashed=0;verticalLabelPosition=bottom;verticalAlign=top;align=center;html=1;fontSize=12;fontStyle=0;aspect=fixed;shape=mxgraph.aws4.resourceIcon;resIcon=mxgraph.aws4.sqs;" value="" vertex="1">
          <mxGeometry height="40" width="40" x="630" y="300" as="geometry" />
        </mxCell>
        <mxCell id="EmhcJW3lcSZd0dFbVGC8-10" parent="StVWuoEk6P6bkURyirUW-2" style="sketch=0;points=[[0,0,0],[0.25,0,0],[0.5,0,0],[0.75,0,0],[1,0,0],[0,1,0],[0.25,1,0],[0.5,1,0],[0.75,1,0],[1,1,0],[0,0.25,0],[0,0.5,0],[0,0.75,0],[1,0.25,0],[1,0.5,0],[1,0.75,0]];outlineConnect=0;fontColor=#232F3E;fillColor=#E7157B;strokeColor=#ffffff;dashed=0;verticalLabelPosition=bottom;verticalAlign=top;align=center;html=1;fontSize=12;fontStyle=0;aspect=fixed;shape=mxgraph.aws4.resourceIcon;resIcon=mxgraph.aws4.sqs;" value="" vertex="1">
          <mxGeometry height="40" width="40" x="766" y="300" as="geometry" />
        </mxCell>
        <mxCell id="_opSp_jGJUgrO-m5j93l-2" parent="StVWuoEk6P6bkURyirUW-2" style="sketch=0;points=[[0,0,0],[0.25,0,0],[0.5,0,0],[0.75,0,0],[1,0,0],[0,1,0],[0.25,1,0],[0.5,1,0],[0.75,1,0],[1,1,0],[0,0.25,0],[0,0.5,0],[0,0.75,0],[1,0.25,0],[1,0.5,0],[1,0.75,0]];outlineConnect=0;fontColor=#232F3E;fillColor=#ED7100;strokeColor=#ffffff;dashed=0;verticalLabelPosition=bottom;verticalAlign=top;align=center;html=1;fontSize=12;fontStyle=0;aspect=fixed;shape=mxgraph.aws4.resourceIcon;resIcon=mxgraph.aws4.lambda;" value="Bedrock Proxy" vertex="1">
          <mxGeometry height="60" width="60" x="280" y="290" as="geometry" />
        </mxCell>
        <mxCell id="StVWuoEk6P6bkURyirUW-42" edge="1" parent="StVWuoEk6P6bkURyirUW-1" source="StVWuoEk6P6bkURyirUW-9" style="edgeStyle=orthogonalEdgeStyle;rounded=0;orthogonalLoop=1;jettySize=auto;html=1;" target="StVWuoEk6P6bkURyirUW-7">
          <mxGeometry relative="1" as="geometry" />
        </mxCell>
        <mxCell id="StVWuoEk6P6bkURyirUW-43" connectable="0" parent="StVWuoEk6P6bkURyirUW-42" style="edgeLabel;html=1;align=center;verticalAlign=middle;resizable=0;points=[];" value="Authenticated User" vertex="1">
          <mxGeometry relative="1" x="0.5003" as="geometry">
            <mxPoint as="offset" />
          </mxGeometry>
        </mxCell>
        <mxCell id="StVWuoEk6P6bkURyirUW-25" edge="1" parent="StVWuoEk6P6bkURyirUW-1" style="edgeStyle=orthogonalEdgeStyle;rounded=0;orthogonalLoop=1;jettySize=auto;html=1;">
          <mxGeometry relative="1" as="geometry">
            <Array as="points">
              <mxPoint x="435" y="180" />
              <mxPoint x="435" y="180" />
            </Array>
            <mxPoint x="365" y="179.99999999999977" as="sourcePoint" />
            <mxPoint x="485" y="179.99999999999977" as="targetPoint" />
          </mxGeometry>
        </mxCell>
        <mxCell id="StVWuoEk6P6bkURyirUW-26" connectable="0" parent="StVWuoEk6P6bkURyirUW-25" style="edgeLabel;html=1;align=center;verticalAlign=middle;resizable=0;points=[];" value="Check Permission" vertex="1">
          <mxGeometry relative="1" x="-0.1224" y="-1" as="geometry">
            <mxPoint as="offset" />
          </mxGeometry>
        </mxCell>
        <mxCell id="StVWuoEk6P6bkURyirUW-16" parent="StVWuoEk6P6bkURyirUW-1" style="sketch=0;points=[[0,0,0],[0.25,0,0],[0.5,0,0],[0.75,0,0],[1,0,0],[0,1,0],[0.25,1,0],[0.5,1,0],[0.75,1,0],[1,1,0],[0,0.25,0],[0,0.5,0],[0,0.75,0],[1,0.25,0],[1,0.5,0],[1,0.75,0]];outlineConnect=0;fontColor=#232F3E;fillColor=#8C4FFF;strokeColor=#ffffff;dashed=0;verticalLabelPosition=bottom;verticalAlign=top;align=center;html=1;fontSize=12;fontStyle=0;aspect=fixed;shape=mxgraph.aws4.resourceIcon;resIcon=mxgraph.aws4.api_gateway;" value="API Gateway" vertex="1">
          <mxGeometry height="60" width="60" x="305" y="160" as="geometry" />
        </mxCell>
        <mxCell id="StVWuoEk6P6bkURyirUW-30" edge="1" parent="StVWuoEk6P6bkURyirUW-1" style="edgeStyle=orthogonalEdgeStyle;rounded=0;orthogonalLoop=1;jettySize=auto;html=1;">
          <mxGeometry relative="1" as="geometry">
            <Array as="points">
              <mxPoint x="425" y="200" />
              <mxPoint x="425" y="200" />
            </Array>
            <mxPoint x="485" y="199.99999999999977" as="sourcePoint" />
            <mxPoint x="365" y="199.99999999999977" as="targetPoint" />
          </mxGeometry>
        </mxCell>
        <mxCell id="StVWuoEk6P6bkURyirUW-31" connectable="0" parent="StVWuoEk6P6bkURyirUW-30" style="edgeLabel;html=1;align=center;verticalAlign=middle;resizable=0;points=[];" value="Allow or Block" vertex="1">
          <mxGeometry relative="1" x="0.1914" y="1" as="geometry">
            <mxPoint x="12" as="offset" />
          </mxGeometry>
        </mxCell>
        <mxCell id="StVWuoEk6P6bkURyirUW-32" edge="1" parent="StVWuoEk6P6bkURyirUW-1" source="StVWuoEk6P6bkURyirUW-17" style="edgeStyle=orthogonalEdgeStyle;rounded=0;orthogonalLoop=1;jettySize=auto;html=1;startArrow=classic;startFill=1;" target="StVWuoEk6P6bkURyirUW-27">
          <mxGeometry relative="1" as="geometry" />
        </mxCell>
        <mxCell id="StVWuoEk6P6bkURyirUW-33" connectable="0" parent="StVWuoEk6P6bkURyirUW-32" style="edgeLabel;html=1;align=center;verticalAlign=middle;resizable=0;points=[];" value="Permissions" vertex="1">
          <mxGeometry relative="1" x="0.1131" as="geometry">
            <mxPoint x="-9" as="offset" />
          </mxGeometry>
        </mxCell>
        <mxCell id="StVWuoEk6P6bkURyirUW-17" parent="StVWuoEk6P6bkURyirUW-1" style="sketch=0;points=[[0,0,0],[0.25,0,0],[0.5,0,0],[0.75,0,0],[1,0,0],[0,1,0],[0.25,1,0],[0.5,1,0],[0.75,1,0],[1,1,0],[0,0.25,0],[0,0.5,0],[0,0.75,0],[1,0.25,0],[1,0.5,0],[1,0.75,0]];outlineConnect=0;fontColor=#232F3E;fillColor=#ED7100;strokeColor=#ffffff;dashed=0;verticalLabelPosition=bottom;verticalAlign=top;align=center;html=1;fontSize=12;fontStyle=0;aspect=fixed;shape=mxgraph.aws4.resourceIcon;resIcon=mxgraph.aws4.lambda;" value="Lambda Verified &lt;br&gt;Permissions Authorizer" vertex="1">
          <mxGeometry height="60" width="60" x="485" y="160" as="geometry" />
        </mxCell>
        <mxCell id="StVWuoEk6P6bkURyirUW-24" edge="1" parent="StVWuoEk6P6bkURyirUW-1" source="StVWuoEk6P6bkURyirUW-18" style="edgeStyle=orthogonalEdgeStyle;rounded=0;orthogonalLoop=1;jettySize=auto;html=1;" target="StVWuoEk6P6bkURyirUW-16">
          <mxGeometry relative="1" as="geometry" />
        </mxCell>
        <mxCell id="StVWuoEk6P6bkURyirUW-18" parent="StVWuoEk6P6bkURyirUW-1" style="sketch=0;points=[[0,0,0],[0.25,0,0],[0.5,0,0],[0.75,0,0],[1,0,0],[0,1,0],[0.25,1,0],[0.5,1,0],[0.75,1,0],[1,1,0],[0,0.25,0],[0,0.5,0],[0,0.75,0],[1,0.25,0],[1,0.5,0],[1,0.75,0]];outlineConnect=0;fontColor=#232F3E;fillColor=#8C4FFF;strokeColor=#ffffff;dashed=0;verticalLabelPosition=bottom;verticalAlign=top;align=center;html=1;fontSize=12;fontStyle=0;aspect=fixed;shape=mxgraph.aws4.resourceIcon;resIcon=mxgraph.aws4.cloudfront;" value="CloudFront" vertex="1">
          <mxGeometry height="60" width="60" x="305" y="30" as="geometry" />
        </mxCell>
        <mxCell id="StVWuoEk6P6bkURyirUW-27" parent="StVWuoEk6P6bkURyirUW-1" style="sketch=0;points=[[0,0,0],[0.25,0,0],[0.5,0,0],[0.75,0,0],[1,0,0],[0,1,0],[0.25,1,0],[0.5,1,0],[0.75,1,0],[1,1,0],[0,0.25,0],[0,0.5,0],[0,0.75,0],[1,0.25,0],[1,0.5,0],[1,0.75,0]];outlineConnect=0;fontColor=#232F3E;fillColor=#DD344C;strokeColor=#ffffff;dashed=0;verticalLabelPosition=bottom;verticalAlign=top;align=center;html=1;fontSize=12;fontStyle=0;aspect=fixed;shape=mxgraph.aws4.resourceIcon;resIcon=mxgraph.aws4.verified_permissions;" value="Verified&lt;br&gt;Permissions" vertex="1">
          <mxGeometry height="60" width="60" x="652" y="160" as="geometry" />
        </mxCell>
        <mxCell id="StVWuoEk6P6bkURyirUW-28" parent="StVWuoEk6P6bkURyirUW-1" style="sketch=0;points=[[0,0,0],[0.25,0,0],[0.5,0,0],[0.75,0,0],[1,0,0],[0,1,0],[0.25,1,0],[0.5,1,0],[0.75,1,0],[1,1,0],[0,0.25,0],[0,0.5,0],[0,0.75,0],[1,0.25,0],[1,0.5,0],[1,0.75,0]];outlineConnect=0;fontColor=#232F3E;fillColor=#DD344C;strokeColor=#ffffff;dashed=0;verticalLabelPosition=bottom;verticalAlign=top;align=center;html=1;fontSize=12;fontStyle=0;aspect=fixed;shape=mxgraph.aws4.resourceIcon;resIcon=mxgraph.aws4.cognito;" value="Cognito" vertex="1">
          <mxGeometry height="60" width="60" x="485" y="30" as="geometry" />
        </mxCell>
        <mxCell id="StVWuoEk6P6bkURyirUW-38" edge="1" parent="StVWuoEk6P6bkURyirUW-1" source="StVWuoEk6P6bkURyirUW-17" style="edgeStyle=orthogonalEdgeStyle;rounded=0;orthogonalLoop=1;jettySize=auto;html=1;" target="StVWuoEk6P6bkURyirUW-28">
          <mxGeometry relative="1" as="geometry">
            <Array as="points">
              <mxPoint x="515" y="60" />
              <mxPoint x="515" y="60" />
            </Array>
            <mxPoint x="515" y="80" as="targetPoint" />
          </mxGeometry>
        </mxCell>
        <mxCell id="StVWuoEk6P6bkURyirUW-39" connectable="0" parent="StVWuoEk6P6bkURyirUW-38" style="edgeLabel;html=1;align=center;verticalAlign=middle;resizable=0;points=[];" value="Get Groups" vertex="1">
          <mxGeometry relative="1" x="0.0284" y="-3" as="geometry">
            <mxPoint x="-3" y="1" as="offset" />
          </mxGeometry>
        </mxCell>
        <mxCell id="StVWuoEk6P6bkURyirUW-20" parent="StVWuoEk6P6bkURyirUW-1" style="sketch=0;points=[[0,0,0],[0.25,0,0],[0.5,0,0],[0.75,0,0],[1,0,0],[0,1,0],[0.25,1,0],[0.5,1,0],[0.75,1,0],[1,1,0],[0,0.25,0],[0,0.5,0],[0,0.75,0],[1,0.25,0],[1,0.5,0],[1,0.75,0]];outlineConnect=0;fontColor=#232F3E;fillColor=#C925D1;strokeColor=#ffffff;dashed=0;verticalLabelPosition=bottom;verticalAlign=top;align=center;html=1;fontSize=12;fontStyle=0;aspect=fixed;shape=mxgraph.aws4.resourceIcon;resIcon=mxgraph.aws4.dynamodb;" value="DynamoDB" vertex="1">
          <mxGeometry height="60" width="60" x="840" y="760" as="geometry" />
        </mxCell>
        <mxCell id="StVWuoEk6P6bkURyirUW-56" edge="1" parent="StVWuoEk6P6bkURyirUW-1" source="StVWuoEk6P6bkURyirUW-45" style="edgeStyle=orthogonalEdgeStyle;rounded=0;orthogonalLoop=1;jettySize=auto;html=1;startArrow=classic;startFill=1;" target="StVWuoEk6P6bkURyirUW-20">
          <mxGeometry relative="1" as="geometry" />
        </mxCell>
        <mxCell id="StVWuoEk6P6bkURyirUW-57" connectable="0" parent="StVWuoEk6P6bkURyirUW-56" style="edgeLabel;html=1;align=center;verticalAlign=middle;resizable=0;points=[];" value="Store&lt;br&gt;Data" vertex="1">
          <mxGeometry relative="1" x="0.328" y="-1" as="geometry">
            <mxPoint as="offset" />
          </mxGeometry>
        </mxCell>
        <mxCell id="StVWuoEk6P6bkURyirUW-52" parent="StVWuoEk6P6bkURyirUW-1" style="sketch=0;points=[[0,0,0],[0.25,0,0],[0.5,0,0],[0.75,0,0],[1,0,0],[0,1,0],[0.25,1,0],[0.5,1,0],[0.75,1,0],[1,1,0],[0,0.25,0],[0,0.5,0],[0,0.75,0],[1,0.25,0],[1,0.5,0],[1,0.75,0]];outlineConnect=0;fontColor=#232F3E;fillColor=#ED7100;strokeColor=#ffffff;dashed=0;verticalLabelPosition=bottom;verticalAlign=top;align=center;html=1;fontSize=12;fontStyle=0;aspect=fixed;shape=mxgraph.aws4.resourceIcon;resIcon=mxgraph.aws4.ecr;" value="ECR" vertex="1">
          <mxGeometry height="60" width="60" x="440" y="765" as="geometry" />
        </mxCell>
        <mxCell id="StVWuoEk6P6bkURyirUW-58" edge="1" parent="StVWuoEk6P6bkURyirUW-1" source="StVWuoEk6P6bkURyirUW-8" style="edgeStyle=orthogonalEdgeStyle;rounded=0;orthogonalLoop=1;jettySize=auto;html=1;startArrow=classic;startFill=1;endArrow=none;endFill=0;" target="StVWuoEk6P6bkURyirUW-52">
          <mxGeometry relative="1" as="geometry">
            <Array as="points">
              <mxPoint x="595" y="800" />
            </Array>
          </mxGeometry>
        </mxCell>
        <mxCell id="StVWuoEk6P6bkURyirUW-59" connectable="0" parent="StVWuoEk6P6bkURyirUW-58" style="edgeLabel;html=1;align=center;verticalAlign=middle;resizable=0;points=[];" value="Provide&lt;br&gt;Image" vertex="1">
          <mxGeometry relative="1" x="0.2066" y="1" as="geometry">
            <mxPoint x="-1" y="25" as="offset" />
          </mxGeometry>
        </mxCell>
        <mxCell id="EmhcJW3lcSZd0dFbVGC8-3" edge="1" parent="StVWuoEk6P6bkURyirUW-1" source="StVWuoEk6P6bkURyirUW-16" style="edgeStyle=orthogonalEdgeStyle;rounded=0;orthogonalLoop=1;jettySize=auto;html=1;" target="StVWuoEk6P6bkURyirUW-9" value="">
          <mxGeometry relative="1" as="geometry">
            <mxPoint x="345" y="70" as="sourcePoint" />
            <mxPoint x="345" y="280" as="targetPoint" />
          </mxGeometry>
        </mxCell>
        <mxCell id="StVWuoEk6P6bkURyirUW-9" parent="StVWuoEk6P6bkURyirUW-1" style="sketch=0;outlineConnect=0;fontColor=#232F3E;gradientColor=none;strokeColor=#232F3E;fillColor=#ffffff;dashed=0;verticalLabelPosition=bottom;verticalAlign=top;align=center;html=1;fontSize=12;fontStyle=0;aspect=fixed;shape=mxgraph.aws4.resourceIcon;resIcon=mxgraph.aws4.internet_gateway;" value="Internet&lt;br&gt;gateway" vertex="1">
          <mxGeometry height="40" width="40" x="315" y="270" as="geometry" />
        </mxCell>
        <mxCell id="EmhcJW3lcSZd0dFbVGC8-5" edge="1" parent="StVWuoEk6P6bkURyirUW-1" source="StVWuoEk6P6bkURyirUW-21" style="edgeStyle=orthogonalEdgeStyle;rounded=0;orthogonalLoop=1;jettySize=auto;html=1;startArrow=classic;startFill=1;endArrow=none;endFill=0;" target="StVWuoEk6P6bkURyirUW-8" value="">
          <mxGeometry relative="1" as="geometry">
            <mxPoint x="605" y="430" as="sourcePoint" />
            <mxPoint x="605" y="555" as="targetPoint" />
          </mxGeometry>
        </mxCell>
        <mxCell id="StVWuoEk6P6bkURyirUW-8" parent="StVWuoEk6P6bkURyirUW-1" style="sketch=0;outlineConnect=0;fontColor=#232F3E;gradientColor=none;strokeColor=#232F3E;fillColor=#ffffff;dashed=0;verticalLabelPosition=bottom;verticalAlign=top;align=center;html=1;fontSize=12;fontStyle=0;aspect=fixed;shape=mxgraph.aws4.resourceIcon;resIcon=mxgraph.aws4.internet_gateway;" value="Egress-Only&lt;br&gt;IPv6 Internet&lt;br&gt;gateway" vertex="1">
          <mxGeometry height="40" width="40" x="575" y="680" as="geometry" />
        </mxCell>
        <mxCell id="_opSp_jGJUgrO-m5j93l-1" parent="StVWuoEk6P6bkURyirUW-1" style="sketch=0;points=[[0,0,0],[0.25,0,0],[0.5,0,0],[0.75,0,0],[1,0,0],[0,1,0],[0.25,1,0],[0.5,1,0],[0.75,1,0],[1,1,0],[0,0.25,0],[0,0.5,0],[0,0.75,0],[1,0.25,0],[1,0.5,0],[1,0.75,0]];outlineConnect=0;fontColor=#232F3E;fillColor=#01A88D;strokeColor=#ffffff;dashed=0;verticalLabelPosition=bottom;verticalAlign=top;align=center;html=1;fontSize=12;fontStyle=0;aspect=fixed;shape=mxgraph.aws4.resourceIcon;resIcon=mxgraph.aws4.bedrock;" value="" vertex="1">
          <mxGeometry height="60" width="60" x="300" y="760" as="geometry" />
        </mxCell>
        <mxCell id="_opSp_jGJUgrO-m5j93l-3" edge="1" parent="StVWuoEk6P6bkURyirUW-1" source="_opSp_jGJUgrO-m5j93l-2" style="edgeStyle=orthogonalEdgeStyle;rounded=0;orthogonalLoop=1;jettySize=auto;html=1;" target="_opSp_jGJUgrO-m5j93l-1">
          <mxGeometry relative="1" as="geometry" />
        </mxCell>
        <mxCell id="N5dkdjC5FJ6p_VYBFl8V-2" parent="StVWuoEk6P6bkURyirUW-1" style="sketch=0;points=[[0,0,0],[0.25,0,0],[0.5,0,0],[0.75,0,0],[1,0,0],[0,1,0],[0.25,1,0],[0.5,1,0],[0.75,1,0],[1,1,0],[0,0.25,0],[0,0.5,0],[0,0.75,0],[1,0.25,0],[1,0.5,0],[1,0.75,0]];outlineConnect=0;fontColor=#232F3E;fillColor=#7AA116;strokeColor=#ffffff;dashed=0;verticalLabelPosition=bottom;verticalAlign=top;align=center;html=1;fontSize=12;fontStyle=0;aspect=fixed;shape=mxgraph.aws4.resourceIcon;resIcon=mxgraph.aws4.s3;" value="S3" vertex="1">
          <mxGeometry height="60" width="60" x="707.5" y="760" as="geometry" />
        </mxCell>
        <mxCell id="N5dkdjC5FJ6p_VYBFl8V-3" edge="1" parent="StVWuoEk6P6bkURyirUW-1" source="StVWuoEk6P6bkURyirUW-44" style="edgeStyle=orthogonalEdgeStyle;rounded=0;orthogonalLoop=1;jettySize=auto;html=1;" target="N5dkdjC5FJ6p_VYBFl8V-2">
          <mxGeometry relative="1" as="geometry" />
        </mxCell>
        <mxCell id="N5dkdjC5FJ6p_VYBFl8V-4" connectable="0" parent="N5dkdjC5FJ6p_VYBFl8V-3" style="edgeLabel;html=1;align=center;verticalAlign=middle;resizable=0;points=[];" value="Store Uploaded PDFs" vertex="1">
          <mxGeometry relative="1" x="0.5434" y="1" as="geometry">
            <mxPoint as="offset" />
          </mxGeometry>
        </mxCell>
        <mxCell id="StVWuoEk6P6bkURyirUW-11" parent="1" style="shape=umlActor;verticalLabelPosition=bottom;verticalAlign=top;html=1;outlineConnect=0;" value="Actor" vertex="1">
          <mxGeometry height="60" width="30" x="330" y="-340" as="geometry" />
        </mxCell>
        <mxCell id="StVWuoEk6P6bkURyirUW-22" edge="1" parent="1" source="StVWuoEk6P6bkURyirUW-11" style="edgeStyle=orthogonalEdgeStyle;rounded=0;orthogonalLoop=1;jettySize=auto;html=1;" target="StVWuoEk6P6bkURyirUW-18">
          <mxGeometry relative="1" as="geometry" />
        </mxCell>
        <mxCell id="StVWuoEk6P6bkURyirUW-23" connectable="0" parent="StVWuoEk6P6bkURyirUW-22" style="edgeLabel;html=1;align=center;verticalAlign=middle;resizable=0;points=[];" value="msa26-peer-review.fh-wedel.dev" vertex="1">
          <mxGeometry relative="1" x="-0.2754" y="-1" as="geometry">
            <mxPoint x="1" y="14" as="offset" />
          </mxGeometry>
        </mxCell>
        <mxCell id="StVWuoEk6P6bkURyirUW-34" edge="1" parent="1" source="StVWuoEk6P6bkURyirUW-11" style="edgeStyle=orthogonalEdgeStyle;rounded=0;orthogonalLoop=1;jettySize=auto;html=1;startArrow=classic;startFill=1;" target="StVWuoEk6P6bkURyirUW-28">
          <mxGeometry relative="1" as="geometry" />
        </mxCell>
        <mxCell id="StVWuoEk6P6bkURyirUW-35" connectable="0" parent="StVWuoEk6P6bkURyirUW-34" style="edgeLabel;html=1;align=center;verticalAlign=middle;resizable=0;points=[];" value="Log in" vertex="1">
          <mxGeometry relative="1" x="-0.0444" as="geometry">
            <mxPoint y="31" as="offset" />
          </mxGeometry>
        </mxCell>
      </root>
    </mxGraphModel>
  </diagram>
</mxfile>
